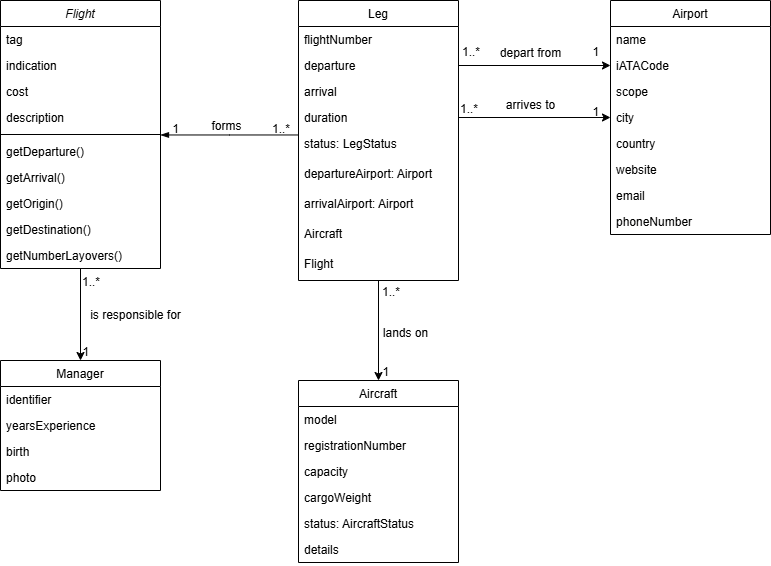
DP2-C1-049/D04 keeps this draw.io diagram as reports/Student#1/Student1 UML.png. Above is the earlier version. Source tidied: cells renumbered, new cells last; positions are measured from the earlier drawing's top-left corner, leaving out a move shared by most shapes.
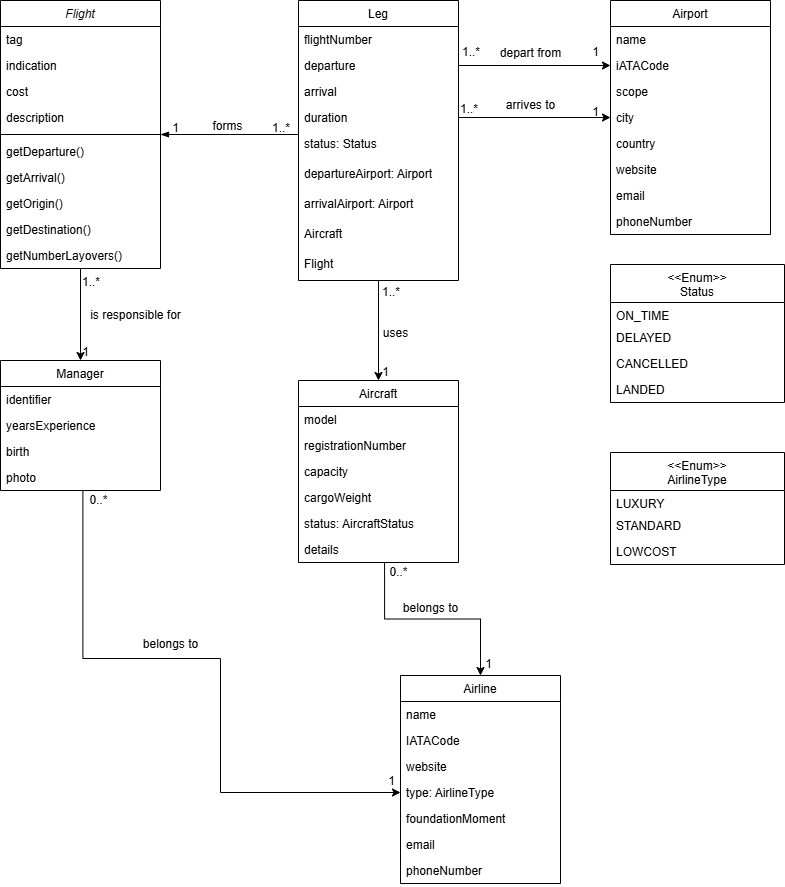
Later version of the same file.

Commit message:
UML Student 1 fixed

The edit, as a diff of the source:
```diff
@@ -98,7 +98,7 @@
     <mxCell id="33" value="duration" style="text;align=left;verticalAlign=top;spacingLeft=4;spacingRight=4;overflow=hidden;points=[[0,0.5],[1,0.5]];portConstraint=eastwest;rounded=0;shadow=0;html=0;" parent="29" vertex="1">
       <mxGeometry y="104" width="160" height="26" as="geometry" />
     </mxCell>
-    <mxCell id="34" value="status: LegStatus" style="text;align=left;verticalAlign=top;spacingLeft=4;spacingRight=4;overflow=hidden;rounded=0;shadow=0;html=0;" parent="29" vertex="1">
+    <mxCell id="34" value="status: Status" style="text;align=left;verticalAlign=top;spacingLeft=4;spacingRight=4;overflow=hidden;rounded=0;shadow=0;html=0;" parent="29" vertex="1">
       <mxGeometry y="130" width="160" height="30" as="geometry" />
     </mxCell>
     <mxCell id="35" value="departureAirport: Airport" style="text;align=left;verticalAlign=top;spacingLeft=4;spacingRight=4;overflow=hidden;rounded=0;shadow=0;html=0;" parent="29" vertex="1">
@@ -162,8 +162,8 @@
         <mxPoint x="378" y="280" as="sourcePoint" />
       </mxGeometry>
     </mxCell>
-    <mxCell id="52" value="lands on" style="text;html=1;align=center;verticalAlign=middle;strokeColor=none;fillColor=none;" parent="1" vertex="1">
-      <mxGeometry x="370" y="318" width="70" height="30" as="geometry" />
+    <mxCell id="52" value="uses" style="text;html=1;align=center;verticalAlign=middle;strokeColor=none;fillColor=none;" parent="1" vertex="1">
+      <mxGeometry x="373" y="320" width="43" height="26" as="geometry" />
     </mxCell>
     <mxCell id="53" value="1..*" style="align=left;verticalAlign=bottom;labelBackgroundColor=none;fontSize=12;" parent="1" vertex="1">
       <mxGeometry x="380" y="300" as="geometry" />
@@ -198,5 +198,86 @@
     <mxCell id="63" value="is responsible for" style="text;html=1;align=center;verticalAlign=middle;strokeColor=none;fillColor=none;" parent="1" vertex="1">
       <mxGeometry x="80" y="300" width="110" height="30" as="geometry" />
     </mxCell>
+    <mxCell id="64" value="Airline" style="swimlane;fontStyle=0;align=center;verticalAlign=top;horizontal=1;startSize=26;rounded=0;shadow=0;strokeWidth=1;" parent="1" vertex="1">
+      <mxGeometry x="400" y="675" width="160" height="208" as="geometry" />
+    </mxCell>
+    <mxCell id="65" value="name" style="text;align=left;verticalAlign=top;spacingLeft=4;spacingRight=4;overflow=hidden;" parent="64" vertex="1">
+      <mxGeometry y="26" width="160" height="26" as="geometry" />
+    </mxCell>
+    <mxCell id="66" value="IATACode" style="text;align=left;verticalAlign=top;spacingLeft=4;spacingRight=4;overflow=hidden;" parent="64" vertex="1">
+      <mxGeometry y="52" width="160" height="26" as="geometry" />
+    </mxCell>
+    <mxCell id="67" value="website" style="text;align=left;verticalAlign=top;spacingLeft=4;spacingRight=4;overflow=hidden;" parent="64" vertex="1">
+      <mxGeometry y="78" width="160" height="26" as="geometry" />
+    </mxCell>
+    <mxCell id="68" value="type: AirlineType" style="text;align=left;verticalAlign=top;spacingLeft=4;spacingRight=4;overflow=hidden;points=[[0,0.5],[1,0.5]];portConstraint=eastwest;" parent="64" vertex="1">
+      <mxGeometry y="104" width="160" height="26" as="geometry" />
+    </mxCell>
+    <mxCell id="69" value="foundationMoment" style="text;align=left;verticalAlign=top;spacingLeft=4;spacingRight=4;overflow=hidden;" parent="64" vertex="1">
+      <mxGeometry y="130" width="160" height="26" as="geometry" />
+    </mxCell>
+    <mxCell id="70" value="email" style="text;align=left;verticalAlign=top;spacingLeft=4;spacingRight=4;overflow=hidden;" parent="64" vertex="1">
+      <mxGeometry y="156" width="160" height="26" as="geometry" />
+    </mxCell>
+    <mxCell id="71" value="phoneNumber" style="text;align=left;verticalAlign=top;spacingLeft=4;spacingRight=4;overflow=hidden;" parent="64" vertex="1">
+      <mxGeometry y="182" width="160" height="26" as="geometry" />
+    </mxCell>
+    <mxCell id="72" style="edgeStyle=orthogonalEdgeStyle;rounded=0;jettySize=auto;html=1;exitX=0.515;exitY=0.992;exitDx=0;exitDy=0;entryX=0;entryY=0.5;entryDx=0;entryDy=0;exitPerimeter=0;" parent="1" edge="1" source="59" target="68">
+      <mxGeometry relative="1" as="geometry">
+        <Array as="points">
+          <mxPoint x="82" y="658" />
+          <mxPoint x="220" y="658" />
+          <mxPoint x="220" y="792" />
+        </Array>
+      </mxGeometry>
+    </mxCell>
+    <mxCell id="73" style="edgeStyle=orthogonalEdgeStyle;rounded=0;jettySize=auto;html=1;exitX=0.538;exitY=1.023;exitDx=0;exitDy=0;entryX=0.5;entryY=0;entryDx=0;entryDy=0;exitPerimeter=0;" parent="1" edge="1" source="28" target="64">
+      <mxGeometry relative="1" as="geometry" />
+    </mxCell>
+    <mxCell id="74" value="belongs to" style="text;html=1;align=center;verticalAlign=middle;strokeColor=none;fillColor=none;" parent="1" vertex="1">
+      <mxGeometry x="393" y="595" width="73" height="26" as="geometry" />
+    </mxCell>
+    <mxCell id="75" value="0..*" style="text;html=1;align=center;verticalAlign=middle;strokeColor=none;fillColor=none;" parent="1" vertex="1">
+      <mxGeometry x="380" y="559" width="36" height="26" as="geometry" />
+    </mxCell>
+    <mxCell id="76" value="1" style="text;html=1;align=center;verticalAlign=middle;strokeColor=none;fillColor=none;" parent="1" vertex="1">
+      <mxGeometry x="475" y="651" width="25" height="26" as="geometry" />
+    </mxCell>
+    <mxCell id="77" value="0..*" style="text;html=1;align=center;verticalAlign=middle;strokeColor=none;fillColor=none;" parent="1" vertex="1">
+      <mxGeometry x="80" y="487" width="36" height="26" as="geometry" />
+    </mxCell>
+    <mxCell id="78" value="1" style="text;html=1;align=center;verticalAlign=middle;strokeColor=none;fillColor=none;" parent="1" vertex="1">
+      <mxGeometry x="378" y="768" width="25" height="26" as="geometry" />
+    </mxCell>
+    <mxCell id="79" value="belongs to" style="text;html=1;align=center;verticalAlign=middle;strokeColor=none;fillColor=none;" parent="1" vertex="1">
+      <mxGeometry x="133" y="631" width="73" height="26" as="geometry" />
+    </mxCell>
+    <mxCell id="80" value="&lt;&lt;Enum&gt;&gt;&#10;Status" style="swimlane;fontStyle=0;align=center;verticalAlign=top;horizontal=1;startSize=38;rounded=0;shadow=0;strokeWidth=1;" parent="1" vertex="1">
+      <mxGeometry x="610" y="264" width="174" height="138" as="geometry" />
+    </mxCell>
+    <mxCell id="81" value="ON_TIME" style="text;align=left;verticalAlign=top;spacingLeft=4;spacingRight=4;overflow=hidden;" parent="80" vertex="1">
+      <mxGeometry y="38" width="174" height="22" as="geometry" />
+    </mxCell>
+    <mxCell id="82" value="DELAYED" style="text;align=left;verticalAlign=top;spacingLeft=4;spacingRight=4;overflow=hidden;rounded=0;shadow=0;html=0;" parent="80" vertex="1">
+      <mxGeometry y="60" width="174" height="26" as="geometry" />
+    </mxCell>
+    <mxCell id="83" value="CANCELLED" style="text;align=left;verticalAlign=top;spacingLeft=4;spacingRight=4;overflow=hidden;rounded=0;shadow=0;html=0;" parent="80" vertex="1">
+      <mxGeometry y="86" width="174" height="26" as="geometry" />
+    </mxCell>
+    <mxCell id="84" value="LANDED" style="text;align=left;verticalAlign=top;spacingLeft=4;spacingRight=4;overflow=hidden;rounded=0;shadow=0;html=0;" parent="80" vertex="1">
+      <mxGeometry y="112" width="174" height="26" as="geometry" />
+    </mxCell>
+    <mxCell id="85" value="&lt;&lt;Enum&gt;&gt;&#10;AirlineType" style="swimlane;fontStyle=0;align=center;verticalAlign=top;horizontal=1;startSize=38;rounded=0;shadow=0;strokeWidth=1;" parent="1" vertex="1">
+      <mxGeometry x="610" y="452" width="174" height="112" as="geometry" />
+    </mxCell>
+    <mxCell id="86" value="LUXURY" style="text;align=left;verticalAlign=top;spacingLeft=4;spacingRight=4;overflow=hidden;" parent="85" vertex="1">
+      <mxGeometry y="38" width="174" height="22" as="geometry" />
+    </mxCell>
+    <mxCell id="87" value="STANDARD" style="text;align=left;verticalAlign=top;spacingLeft=4;spacingRight=4;overflow=hidden;rounded=0;shadow=0;html=0;" parent="85" vertex="1">
+      <mxGeometry y="60" width="174" height="26" as="geometry" />
+    </mxCell>
+    <mxCell id="88" value="LOWCOST" style="text;align=left;verticalAlign=top;spacingLeft=4;spacingRight=4;overflow=hidden;rounded=0;shadow=0;html=0;" parent="85" vertex="1">
+      <mxGeometry y="86" width="174" height="26" as="geometry" />
+    </mxCell>
   </root>
 </mxGraphModel>
```
